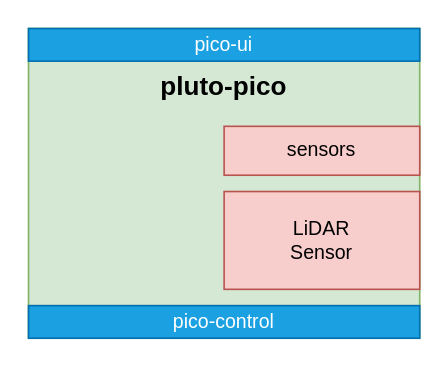
Before: page "Pluto-pi" (3 of 3) of docs/pluto_pico.drawio in jruelli/pluto_docu, a draw.io diagram. Source tidied: cells renumbered, new cells numbered last; positions are measured from the earlier drawing's top-left corner, leaving out a move shared by most shapes. Both pictures are drawn from the tidied source at 163%, with x=0, y=0 at pixel (28, 28).
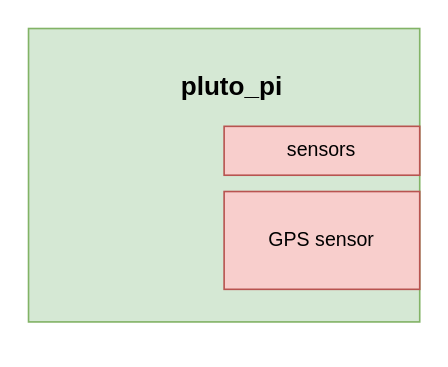
The same page after the edit.

The edit, as a diff of the source:
```diff
@@
 <mxGraphModel>
   <root>
     <mxCell id="0" />
     <mxCell id="1" parent="0" />
     <mxCell id="2" style="rounded=0;whiteSpace=wrap;html=1;fontSize=12;fillColor=#d5e8d4;strokeColor=#82b366;verticalAlign=middle;" parent="1" vertex="1">
-      <mxGeometry width="240" height="190" as="geometry" />
+      <mxGeometry width="240" height="180" as="geometry" />
     </mxCell>
-    <mxCell id="3" value="&lt;b&gt;&lt;font style=&quot;font-size: 16px;&quot;&gt;pluto-pico&lt;/font&gt;&lt;/b&gt;" style="text;html=1;strokeColor=none;fillColor=none;align=center;verticalAlign=middle;whiteSpace=wrap;rounded=0;" parent="1" vertex="1">
-      <mxGeometry x="80" y="20" width="80" height="30" as="geometry" />
+    <mxCell id="3" value="&lt;b&gt;&lt;font style=&quot;font-size: 16px;&quot;&gt;pluto_pi&lt;/font&gt;&lt;/b&gt;" style="text;html=1;strokeColor=none;fillColor=none;align=center;verticalAlign=middle;whiteSpace=wrap;rounded=0;" parent="1" vertex="1">
+      <mxGeometry x="80" y="20" width="90" height="30" as="geometry" />
     </mxCell>
     <mxCell id="4" value="sensors" style="rounded=0;whiteSpace=wrap;html=1;fontSize=12;fillColor=#f8cecc;strokeColor=#b85450;" parent="1" vertex="1">
       <mxGeometry x="120" y="60" width="120" height="30" as="geometry" />
     </mxCell>
-    <mxCell id="5" value="pico-ui" style="rounded=0;whiteSpace=wrap;html=1;fontSize=12;fillColor=#1ba1e2;strokeColor=#006EAF;fontColor=#ffffff;" parent="1" vertex="1">
-      <mxGeometry width="240" height="20" as="geometry" />
-    </mxCell>
-    <mxCell id="6" value="LiDAR&lt;br&gt;Sensor" style="rounded=0;whiteSpace=wrap;html=1;fillColor=#f8cecc;strokeColor=#b85450;" parent="1" vertex="1">
-      <mxGeometry x="120" y="100" width="120" height="60" as="geometry" />
-    </mxCell>
-    <mxCell id="7" value="pico-control" style="rounded=0;whiteSpace=wrap;html=1;fontSize=12;fillColor=#1ba1e2;strokeColor=#006EAF;fontColor=#ffffff;" parent="1" vertex="1">
-      <mxGeometry y="170" width="240" height="20" as="geometry" />
-    </mxCell>
+    <mxCell id="8" value="GPS sensor" style="rounded=0;whiteSpace=wrap;html=1;fillColor=#f8cecc;strokeColor=#b85450;" parent="1" vertex="1">
+      <mxGeometry x="120" y="100" width="120" height="60" as="geometry" />
+    </mxCell>
   </root>
 </mxGraphModel>
```
